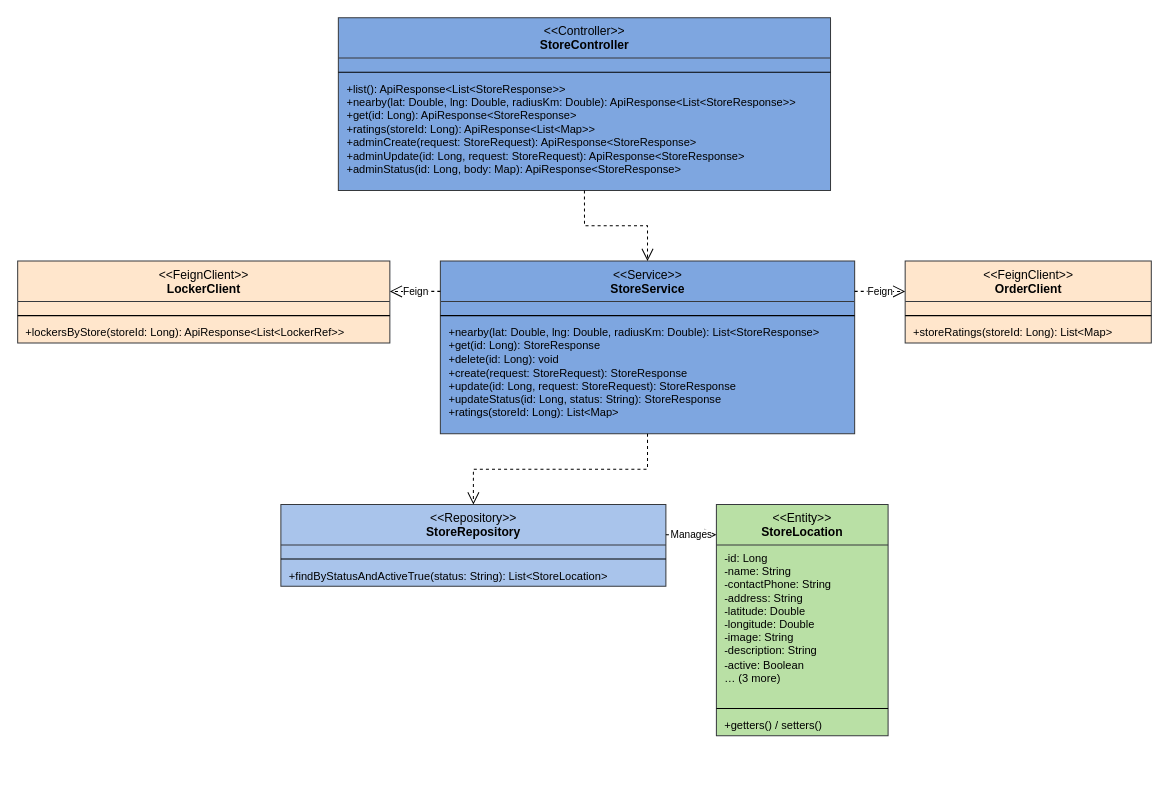
Earlier version of the draw.io diagram rp4/sdd-assets/drawio/cls_stores.drawio (LockR-Tech/docs). Source tidied: cells renumbered, new cells numbered last; positions are measured from the earlier drawing's top-left corner, leaving out a move shared by most shapes. Both pictures are drawn from the tidied source at 101%, with x=0, y=0 at pixel (17, 17).
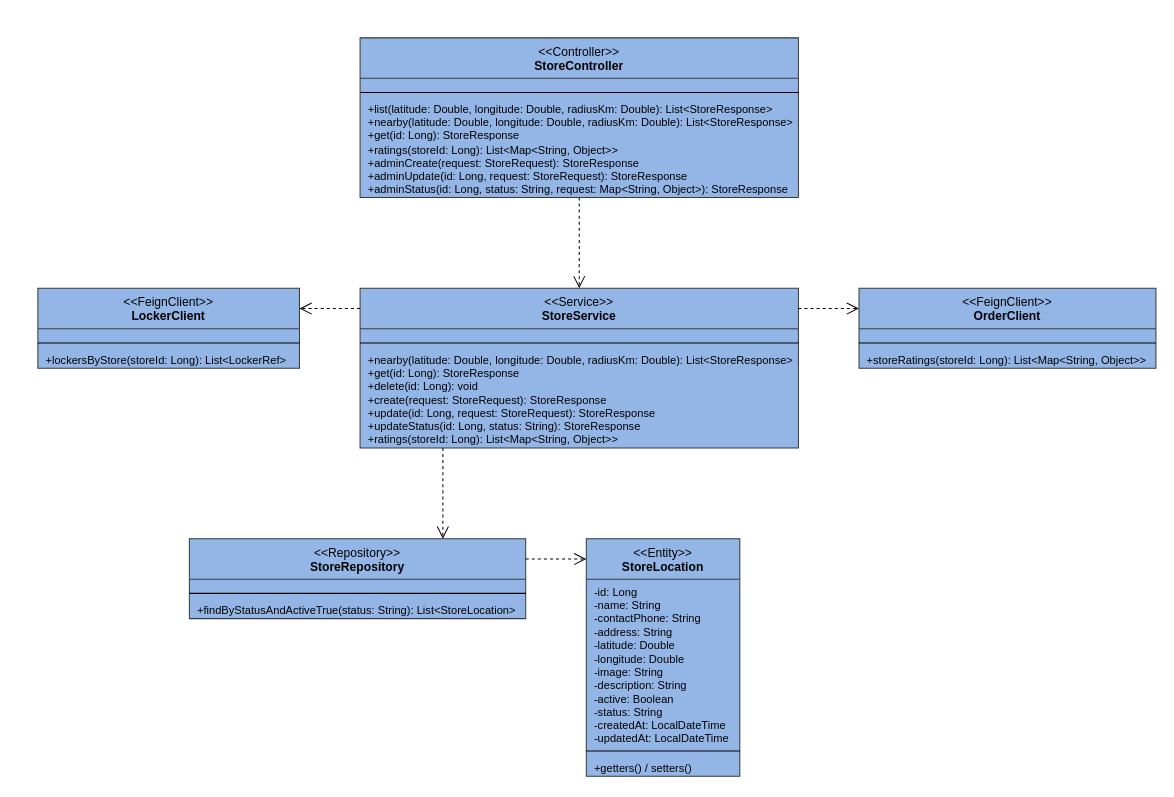
The same page after the edit.

What changed in the source:
```diff
@@
-    <mxCell id="2" value="&amp;lt;&amp;lt;Controller&amp;gt;&amp;gt;&lt;br&gt;&lt;b&gt;StoreController&lt;/b&gt;" style="swimlane;fontStyle=0;align=center;verticalAlign=top;horizontal=1;startSize=40;html=1;whiteSpace=wrap;fillColor=#7EA6E0;swimlaneFillColor=#7EA6E0;strokeColor=#36393d;fontSize=12;" parent="1" vertex="1">
-      <mxGeometry x="317.5" width="487.3" height="171" as="geometry" />
+    <mxCell id="2" value="&amp;lt;&amp;lt;Controller&amp;gt;&amp;gt;&lt;br&gt;&lt;b&gt;StoreController&lt;/b&gt;" style="swimlane;fontStyle=0;align=center;verticalAlign=top;horizontal=1;startSize=40;html=1;whiteSpace=wrap;fillColor=#94B6E7;swimlaneFillColor=#94B6E7;strokeColor=#36393d;fontSize=12;" parent="1" vertex="1">
+      <mxGeometry x="339" y="20" width="434" height="158" as="geometry" />
     </mxCell>
     <mxCell id="3" style="text;strokeColor=none;fillColor=none;align=left;verticalAlign=top;spacingLeft=6;spacingRight=4;overflow=hidden;html=1;whiteSpace=nowrap;fontSize=11;" parent="2" vertex="1">
-      <mxGeometry y="40" width="487.3" height="10" as="geometry" />
+      <mxGeometry y="40" width="434" height="10" as="geometry" />
     </mxCell>
     <mxCell id="4" style="line;strokeWidth=1;fillColor=none;align=left;verticalAlign=middle;spacingTop=-1;spacingLeft=3;spacingRight=3;labelPosition=right;" parent="2" vertex="1">
-      <mxGeometry y="50" width="487.3" height="8" as="geometry" />
+      <mxGeometry y="50" width="434" height="8" as="geometry" />
     </mxCell>
-    <mxCell id="5" value="+list(): ApiResponse&amp;lt;List&amp;lt;StoreResponse&amp;gt;&amp;gt;&lt;br&gt;+nearby(lat: Double, lng: Double, radiusKm: Double): ApiResponse&amp;lt;List&amp;lt;StoreResponse&amp;gt;&amp;gt;&lt;br&gt;+get(id: Long): ApiResponse&amp;lt;StoreResponse&amp;gt;&lt;br&gt;+ratings(storeId: Long): ApiResponse&amp;lt;List&amp;lt;Map&amp;gt;&amp;gt;&lt;br&gt;+adminCreate(request: StoreRequest): ApiResponse&amp;lt;StoreResponse&amp;gt;&lt;br&gt;+adminUpdate(id: Long, request: StoreRequest): ApiResponse&amp;lt;StoreResponse&amp;gt;&lt;br&gt;+adminStatus(id: Long, body: Map): ApiResponse&amp;lt;StoreResponse&amp;gt;" style="text;strokeColor=none;fillColor=none;align=left;verticalAlign=top;spacingLeft=6;spacingRight=4;overflow=hidden;html=1;whiteSpace=nowrap;fontSize=11;" parent="2" vertex="1">
-      <mxGeometry y="58" width="487.3" height="113" as="geometry" />
+    <mxCell id="5" value="+list(latitude: Double, longitude: Double, radiusKm: Double): List&amp;lt;StoreResponse&amp;gt;&lt;br&gt;+nearby(latitude: Double, longitude: Double, radiusKm: Double): List&amp;lt;StoreResponse&amp;gt;&lt;br&gt;+get(id: Long): StoreResponse&lt;br&gt;+ratings(storeId: Long): List&amp;lt;Map&amp;lt;String, Object&amp;gt;&amp;gt;&lt;br&gt;+adminCreate(request: StoreRequest): StoreResponse&lt;br&gt;+adminUpdate(id: Long, request: StoreRequest): StoreResponse&lt;br&gt;+adminStatus(id: Long, status: String, request: Map&amp;lt;String, Object&amp;gt;): StoreResponse" style="text;strokeColor=none;fillColor=none;align=left;verticalAlign=top;spacingLeft=6;spacingRight=4;overflow=hidden;html=1;whiteSpace=nowrap;fontSize=11;" parent="2" vertex="1">
+      <mxGeometry y="58" width="434" height="100" as="geometry" />
     </mxCell>
-    <mxCell id="6" value="&amp;lt;&amp;lt;FeignClient&amp;gt;&amp;gt;&lt;br&gt;&lt;b&gt;LockerClient&lt;/b&gt;" style="swimlane;fontStyle=0;align=center;verticalAlign=top;horizontal=1;startSize=40;html=1;whiteSpace=wrap;fillColor=#FFE6CC;swimlaneFillColor=#FFE6CC;strokeColor=#36393d;fontSize=12;" parent="1" vertex="1">
-      <mxGeometry y="241" width="368.5" height="81" as="geometry" />
+    <mxCell id="6" value="&amp;lt;&amp;lt;FeignClient&amp;gt;&amp;gt;&lt;br&gt;&lt;b&gt;LockerClient&lt;/b&gt;" style="swimlane;fontStyle=0;align=center;verticalAlign=top;horizontal=1;startSize=40;html=1;whiteSpace=wrap;fillColor=#94B6E7;swimlaneFillColor=#94B6E7;strokeColor=#36393d;fontSize=12;" parent="1" vertex="1">
+      <mxGeometry x="20" y="268" width="259" height="79" as="geometry" />
     </mxCell>
     <mxCell id="7" style="text;strokeColor=none;fillColor=none;align=left;verticalAlign=top;spacingLeft=6;spacingRight=4;overflow=hidden;html=1;whiteSpace=nowrap;fontSize=11;" parent="6" vertex="1">
-      <mxGeometry y="40" width="368.5" height="10" as="geometry" />
+      <mxGeometry y="40" width="259" height="10" as="geometry" />
     </mxCell>
     <mxCell id="8" style="line;strokeWidth=1;fillColor=none;align=left;verticalAlign=middle;spacingTop=-1;spacingLeft=3;spacingRight=3;labelPosition=right;" parent="6" vertex="1">
-      <mxGeometry y="50" width="368.5" height="8" as="geometry" />
+      <mxGeometry y="50" width="259" height="8" as="geometry" />
     </mxCell>
-    <mxCell id="9" value="+lockersByStore(storeId: Long): ApiResponse&amp;lt;List&amp;lt;LockerRef&amp;gt;&amp;gt;" style="text;strokeColor=none;fillColor=none;align=left;verticalAlign=top;spacingLeft=6;spacingRight=4;overflow=hidden;html=1;whiteSpace=nowrap;fontSize=11;" parent="6" vertex="1">
-      <mxGeometry y="58" width="368.5" height="23" as="geometry" />
+    <mxCell id="9" value="+lockersByStore(storeId: Long): List&amp;lt;LockerRef&amp;gt;" style="text;strokeColor=none;fillColor=none;align=left;verticalAlign=top;spacingLeft=6;spacingRight=4;overflow=hidden;html=1;whiteSpace=nowrap;fontSize=11;" parent="6" vertex="1">
+      <mxGeometry y="58" width="259" height="21" as="geometry" />
     </mxCell>
-    <mxCell id="10" value="&amp;lt;&amp;lt;Service&amp;gt;&amp;gt;&lt;br&gt;&lt;b&gt;StoreService&lt;/b&gt;" style="swimlane;fontStyle=0;align=center;verticalAlign=top;horizontal=1;startSize=40;html=1;whiteSpace=wrap;fillColor=#7EA6E0;swimlaneFillColor=#7EA6E0;strokeColor=#36393d;fontSize=12;" parent="1" vertex="1">
-      <mxGeometry x="418.5" y="241" width="410.2" height="171" as="geometry" />
+    <mxCell id="10" value="&amp;lt;&amp;lt;Service&amp;gt;&amp;gt;&lt;br&gt;&lt;b&gt;StoreService&lt;/b&gt;" style="swimlane;fontStyle=0;align=center;verticalAlign=top;horizontal=1;startSize=40;html=1;whiteSpace=wrap;fillColor=#94B6E7;swimlaneFillColor=#94B6E7;strokeColor=#36393d;fontSize=12;" parent="1" vertex="1">
+      <mxGeometry x="339" y="268" width="434" height="158" as="geometry" />
     </mxCell>
     <mxCell id="11" style="text;strokeColor=none;fillColor=none;align=left;verticalAlign=top;spacingLeft=6;spacingRight=4;overflow=hidden;html=1;whiteSpace=nowrap;fontSize=11;" parent="10" vertex="1">
-      <mxGeometry y="40" width="410.2" height="10" as="geometry" />
+      <mxGeometry y="40" width="434" height="10" as="geometry" />
     </mxCell>
     <mxCell id="12" style="line;strokeWidth=1;fillColor=none;align=left;verticalAlign=middle;spacingTop=-1;spacingLeft=3;spacingRight=3;labelPosition=right;" parent="10" vertex="1">
-      <mxGeometry y="50" width="410.2" height="8" as="geometry" />
+      <mxGeometry y="50" width="434" height="8" as="geometry" />
     </mxCell>
-    <mxCell id="13" value="+nearby(lat: Double, lng: Double, radiusKm: Double): List&amp;lt;StoreResponse&amp;gt;&lt;br&gt;+get(id: Long): StoreResponse&lt;br&gt;+delete(id: Long): void&lt;br&gt;+create(request: StoreRequest): StoreResponse&lt;br&gt;+update(id: Long, request: StoreRequest): StoreResponse&lt;br&gt;+updateStatus(id: Long, status: String): StoreResponse&lt;br&gt;+ratings(storeId: Long): List&amp;lt;Map&amp;gt;" style="text;strokeColor=none;fillColor=none;align=left;verticalAlign=top;spacingLeft=6;spacingRight=4;overflow=hidden;html=1;whiteSpace=nowrap;fontSize=11;" parent="10" vertex="1">
-      <mxGeometry y="58" width="410.2" height="113" as="geometry" />
+    <mxCell id="13" value="+nearby(latitude: Double, longitude: Double, radiusKm: Double): List&amp;lt;StoreResponse&amp;gt;&lt;br&gt;+get(id: Long): StoreResponse&lt;br&gt;+delete(id: Long): void&lt;br&gt;+create(request: StoreRequest): StoreResponse&lt;br&gt;+update(id: Long, request: StoreRequest): StoreResponse&lt;br&gt;+updateStatus(id: Long, status: String): StoreResponse&lt;br&gt;+ratings(storeId: Long): List&amp;lt;Map&amp;lt;String, Object&amp;gt;&amp;gt;" style="text;strokeColor=none;fillColor=none;align=left;verticalAlign=top;spacingLeft=6;spacingRight=4;overflow=hidden;html=1;whiteSpace=nowrap;fontSize=11;" parent="10" vertex="1">
+      <mxGeometry y="58" width="434" height="100" as="geometry" />
     </mxCell>
-    <mxCell id="14" value="&amp;lt;&amp;lt;FeignClient&amp;gt;&amp;gt;&lt;br&gt;&lt;b&gt;OrderClient&lt;/b&gt;" style="swimlane;fontStyle=0;align=center;verticalAlign=top;horizontal=1;startSize=40;html=1;whiteSpace=wrap;fillColor=#FFE6CC;swimlaneFillColor=#FFE6CC;strokeColor=#36393d;fontSize=12;" parent="1" vertex="1">
-      <mxGeometry x="878.7" y="241" width="243.7" height="81" as="geometry" />
+    <mxCell id="14" value="&amp;lt;&amp;lt;FeignClient&amp;gt;&amp;gt;&lt;br&gt;&lt;b&gt;OrderClient&lt;/b&gt;" style="swimlane;fontStyle=0;align=center;verticalAlign=top;horizontal=1;startSize=40;html=1;whiteSpace=wrap;fillColor=#94B6E7;swimlaneFillColor=#94B6E7;strokeColor=#36393d;fontSize=12;" parent="1" vertex="1">
+      <mxGeometry x="833" y="268" width="294" height="79" as="geometry" />
     </mxCell>
     <mxCell id="15" style="text;strokeColor=none;fillColor=none;align=left;verticalAlign=top;spacingLeft=6;spacingRight=4;overflow=hidden;html=1;whiteSpace=nowrap;fontSize=11;" parent="14" vertex="1">
-      <mxGeometry y="40" width="243.7" height="10" as="geometry" />
+      <mxGeometry y="40" width="294" height="10" as="geometry" />
     </mxCell>
     <mxCell id="16" style="line;strokeWidth=1;fillColor=none;align=left;verticalAlign=middle;spacingTop=-1;spacingLeft=3;spacingRight=3;labelPosition=right;" parent="14" vertex="1">
-      <mxGeometry y="50" width="243.7" height="8" as="geometry" />
+      <mxGeometry y="50" width="294" height="8" as="geometry" />
     </mxCell>
-    <mxCell id="17" value="+storeRatings(storeId: Long): List&amp;lt;Map&amp;gt;" style="text;strokeColor=none;fillColor=none;align=left;verticalAlign=top;spacingLeft=6;spacingRight=4;overflow=hidden;html=1;whiteSpace=nowrap;fontSize=11;" parent="14" vertex="1">
-      <mxGeometry y="58" width="243.7" height="23" as="geometry" />
+    <mxCell id="17" value="+storeRatings(storeId: Long): List&amp;lt;Map&amp;lt;String, Object&amp;gt;&amp;gt;" style="text;strokeColor=none;fillColor=none;align=left;verticalAlign=top;spacingLeft=6;spacingRight=4;overflow=hidden;html=1;whiteSpace=nowrap;fontSize=11;" parent="14" vertex="1">
+      <mxGeometry y="58" width="294" height="21" as="geometry" />
     </mxCell>
-    <mxCell id="18" value="&amp;lt;&amp;lt;Repository&amp;gt;&amp;gt;&lt;br&gt;&lt;b&gt;StoreRepository&lt;/b&gt;" style="swimlane;fontStyle=0;align=center;verticalAlign=top;horizontal=1;startSize=40;html=1;whiteSpace=wrap;fillColor=#A9C4EB;swimlaneFillColor=#A9C4EB;strokeColor=#36393d;fontSize=12;" parent="1" vertex="1">
-      <mxGeometry x="260.6" y="482" width="381.2" height="81" as="geometry" />
+    <mxCell id="18" value="&amp;lt;&amp;lt;Repository&amp;gt;&amp;gt;&lt;br&gt;&lt;b&gt;StoreRepository&lt;/b&gt;" style="swimlane;fontStyle=0;align=center;verticalAlign=top;horizontal=1;startSize=40;html=1;whiteSpace=wrap;fillColor=#94B6E7;swimlaneFillColor=#94B6E7;strokeColor=#36393d;fontSize=12;" parent="1" vertex="1">
+      <mxGeometry x="170" y="516" width="333" height="79" as="geometry" />
     </mxCell>
     <mxCell id="19" style="text;strokeColor=none;fillColor=none;align=left;verticalAlign=top;spacingLeft=6;spacingRight=4;overflow=hidden;html=1;whiteSpace=nowrap;fontSize=11;" parent="18" vertex="1">
-      <mxGeometry y="40" width="381.2" height="10" as="geometry" />
+      <mxGeometry y="40" width="333" height="10" as="geometry" />
     </mxCell>
     <mxCell id="20" style="line;strokeWidth=1;fillColor=none;align=left;verticalAlign=middle;spacingTop=-1;spacingLeft=3;spacingRight=3;labelPosition=right;" parent="18" vertex="1">
-      <mxGeometry y="50" width="381.2" height="8" as="geometry" />
+      <mxGeometry y="50" width="333" height="8" as="geometry" />
     </mxCell>
     <mxCell id="21" value="+findByStatusAndActiveTrue(status: String): List&amp;lt;StoreLocation&amp;gt;" style="text;strokeColor=none;fillColor=none;align=left;verticalAlign=top;spacingLeft=6;spacingRight=4;overflow=hidden;html=1;whiteSpace=nowrap;fontSize=11;" parent="18" vertex="1">
-      <mxGeometry y="58" width="381.2" height="23" as="geometry" />
+      <mxGeometry y="58" width="333" height="21" as="geometry" />
     </mxCell>
-    <mxCell id="22" value="&amp;lt;&amp;lt;Entity&amp;gt;&amp;gt;&lt;br&gt;&lt;b&gt;StoreLocation&lt;/b&gt;" style="swimlane;fontStyle=0;align=center;verticalAlign=top;horizontal=1;startSize=40;html=1;whiteSpace=wrap;fillColor=#B9E0A5;swimlaneFillColor=#B9E0A5;strokeColor=#36393d;fontSize=12;" parent="1" vertex="1">
-      <mxGeometry x="691.8" y="482" width="170" height="229" as="geometry" />
+    <mxCell id="22" value="&amp;lt;&amp;lt;Entity&amp;gt;&amp;gt;&lt;br&gt;&lt;b&gt;StoreLocation&lt;/b&gt;" style="swimlane;fontStyle=0;align=center;verticalAlign=top;horizontal=1;startSize=40;html=1;whiteSpace=wrap;fillColor=#94B6E7;swimlaneFillColor=#94B6E7;strokeColor=#36393d;fontSize=12;" parent="1" vertex="1">
+      <mxGeometry x="563" y="516" width="152" height="235" as="geometry" />
     </mxCell>
-    <mxCell id="23" value="-id: Long&lt;br&gt;-name: String&lt;br&gt;-contactPhone: String&lt;br&gt;-address: String&lt;br&gt;-latitude: Double&lt;br&gt;-longitude: Double&lt;br&gt;-image: String&lt;br&gt;-description: String&lt;br&gt;-active: Boolean&lt;br&gt;… (3 more)" style="text;strokeColor=none;fillColor=none;align=left;verticalAlign=top;spacingLeft=6;spacingRight=4;overflow=hidden;html=1;whiteSpace=nowrap;fontSize=11;" parent="22" vertex="1">
-      <mxGeometry y="40" width="170" height="158" as="geometry" />
+    <mxCell id="23" value="-id: Long&lt;br&gt;-name: String&lt;br&gt;-contactPhone: String&lt;br&gt;-address: String&lt;br&gt;-latitude: Double&lt;br&gt;-longitude: Double&lt;br&gt;-image: String&lt;br&gt;-description: String&lt;br&gt;-active: Boolean&lt;br&gt;-status: String&lt;br&gt;-createdAt: LocalDateTime&lt;br&gt;-updatedAt: LocalDateTime" style="text;strokeColor=none;fillColor=none;align=left;verticalAlign=top;spacingLeft=6;spacingRight=4;overflow=hidden;html=1;whiteSpace=nowrap;fontSize=11;" parent="22" vertex="1">
+      <mxGeometry y="40" width="152" height="166" as="geometry" />
     </mxCell>
     <mxCell id="24" style="line;strokeWidth=1;fillColor=none;align=left;verticalAlign=middle;spacingTop=-1;spacingLeft=3;spacingRight=3;labelPosition=right;" parent="22" vertex="1">
-      <mxGeometry y="198" width="170" height="8" as="geometry" />
+      <mxGeometry y="206" width="152" height="8" as="geometry" />
     </mxCell>
     <mxCell id="25" value="+getters() / setters()" style="text;strokeColor=none;fillColor=none;align=left;verticalAlign=top;spacingLeft=6;spacingRight=4;overflow=hidden;html=1;whiteSpace=nowrap;fontSize=11;" parent="22" vertex="1">
-      <mxGeometry y="206" width="170" height="23" as="geometry" />
+      <mxGeometry y="214" width="152" height="21" as="geometry" />
     </mxCell>
-    <mxCell id="26" style="edgeStyle=orthogonalEdgeStyle;rounded=0;html=1;dashed=1;endArrow=open;endSize=10;fontSize=10;labelBackgroundColor=#ffffff;exitX=0.500;exitY=1;exitDx=0;exitDy=0;entryX=0.500;entryY=0;entryDx=0;entryDy=0;" parent="1" edge="1" source="2" target="10">
-      <mxGeometry relative="1" as="geometry">
-        <Array as="points">
-          <mxPoint x="561.2" y="206" />
-          <mxPoint x="623.6" y="206" />
-        </Array>
-      </mxGeometry>
+    <mxCell id="26" style="edgeStyle=none;rounded=0;html=1;fontSize=10;labelBackgroundColor=#ffffff;strokeColor=#000000;dashed=1;endArrow=open;endSize=10;exitX=1.0000;exitY=0.2532;exitDx=0;exitDy=0;exitPerimeter=0;entryX=0.0000;entryY=0.0851;entryDx=0;entryDy=0;entryPerimeter=0;" parent="1" edge="1" source="18" target="22">
+      <mxGeometry relative="1" as="geometry" />
     </mxCell>
-    <mxCell id="27" value="Feign" style="edgeStyle=orthogonalEdgeStyle;rounded=0;html=1;dashed=1;endArrow=open;endSize=10;fontSize=10;labelBackgroundColor=#ffffff;exitX=0;exitY=0.1754;exitDx=0;exitDy=0;entryX=1;entryY=0.3704;entryDx=0;entryDy=0;" parent="1" edge="1" source="10" target="6">
+    <mxCell id="27" style="edgeStyle=none;rounded=0;html=1;fontSize=10;labelBackgroundColor=#ffffff;strokeColor=#000000;dashed=1;endArrow=open;endSize=10;exitX=0.0000;exitY=0.1266;exitDx=0;exitDy=0;exitPerimeter=0;entryX=1.0000;entryY=0.2532;entryDx=0;entryDy=0;entryPerimeter=0;" parent="1" edge="1" source="10" target="6">
       <mxGeometry relative="1" as="geometry" />
     </mxCell>
-    <mxCell id="28" value="Feign" style="edgeStyle=orthogonalEdgeStyle;rounded=0;html=1;dashed=1;endArrow=open;endSize=10;fontSize=10;labelBackgroundColor=#ffffff;exitX=1;exitY=0.1754;exitDx=0;exitDy=0;entryX=0;entryY=0.3704;entryDx=0;entryDy=0;" parent="1" edge="1" source="10" target="14">
+    <mxCell id="28" style="edgeStyle=none;rounded=0;html=1;fontSize=10;labelBackgroundColor=#ffffff;strokeColor=#000000;dashed=1;endArrow=open;endSize=10;exitX=1.0000;exitY=0.1266;exitDx=0;exitDy=0;exitPerimeter=0;entryX=0.0000;entryY=0.2532;entryDx=0;entryDy=0;entryPerimeter=0;" parent="1" edge="1" source="10" target="14">
       <mxGeometry relative="1" as="geometry" />
     </mxCell>
-    <mxCell id="29" style="edgeStyle=orthogonalEdgeStyle;rounded=0;html=1;dashed=1;endArrow=open;endSize=10;fontSize=10;labelBackgroundColor=#ffffff;exitX=0.500;exitY=1;exitDx=0;exitDy=0;entryX=0.500;entryY=0;entryDx=0;entryDy=0;" parent="1" edge="1" source="10" target="18">
-      <mxGeometry relative="1" as="geometry">
-        <Array as="points">
-          <mxPoint x="623.6" y="447" />
-          <mxPoint x="451.2" y="447" />
-        </Array>
-      </mxGeometry>
+    <mxCell id="29" style="edgeStyle=none;rounded=0;html=1;fontSize=10;labelBackgroundColor=#ffffff;strokeColor=#000000;dashed=1;endArrow=open;endSize=10;exitX=0.5000;exitY=1.0000;exitDx=0;exitDy=0;exitPerimeter=0;entryX=0.5000;entryY=0.0000;entryDx=0;entryDy=0;entryPerimeter=0;" parent="1" edge="1" source="2" target="10">
+      <mxGeometry relative="1" as="geometry" />
     </mxCell>
-    <mxCell id="30" value="Manages" style="edgeStyle=orthogonalEdgeStyle;rounded=0;html=1;dashed=1;endArrow=open;endSize=10;fontSize=10;labelBackgroundColor=#ffffff;exitX=1;exitY=0.3704;exitDx=0;exitDy=0;entryX=0;entryY=0.1310;entryDx=0;entryDy=0;" parent="1" edge="1" source="18" target="22">
+    <mxCell id="30" style="edgeStyle=none;rounded=0;html=1;fontSize=10;labelBackgroundColor=#ffffff;strokeColor=#000000;dashed=1;endArrow=open;endSize=10;exitX=0.1890;exitY=1.0000;exitDx=0;exitDy=0;exitPerimeter=0;entryX=0.7537;entryY=0.0000;entryDx=0;entryDy=0;entryPerimeter=0;" parent="1" edge="1" source="10" target="18">
       <mxGeometry relative="1" as="geometry" />
     </mxCell>
```
